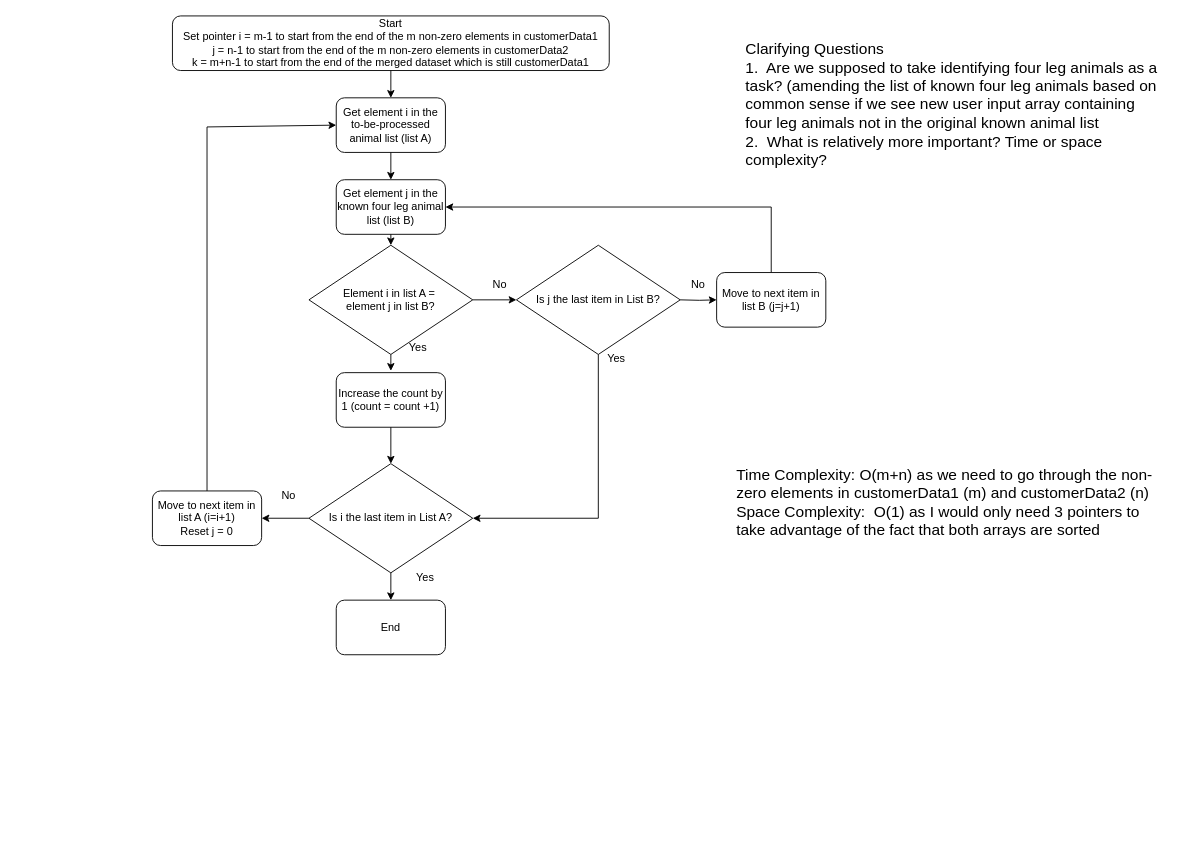
Above: Untitled Diagram.drawio in yanatnsc/Merging-Customer-Data-for-Market-Analysis (draw.io), before the change. Source tidied: cells renumbered, new cells numbered last; positions are measured from the earlier drawing's top-left corner, leaving out a move shared by most shapes. Both pictures are drawn from the tidied source at 91%, with x=0, y=0 at pixel (152, 15).
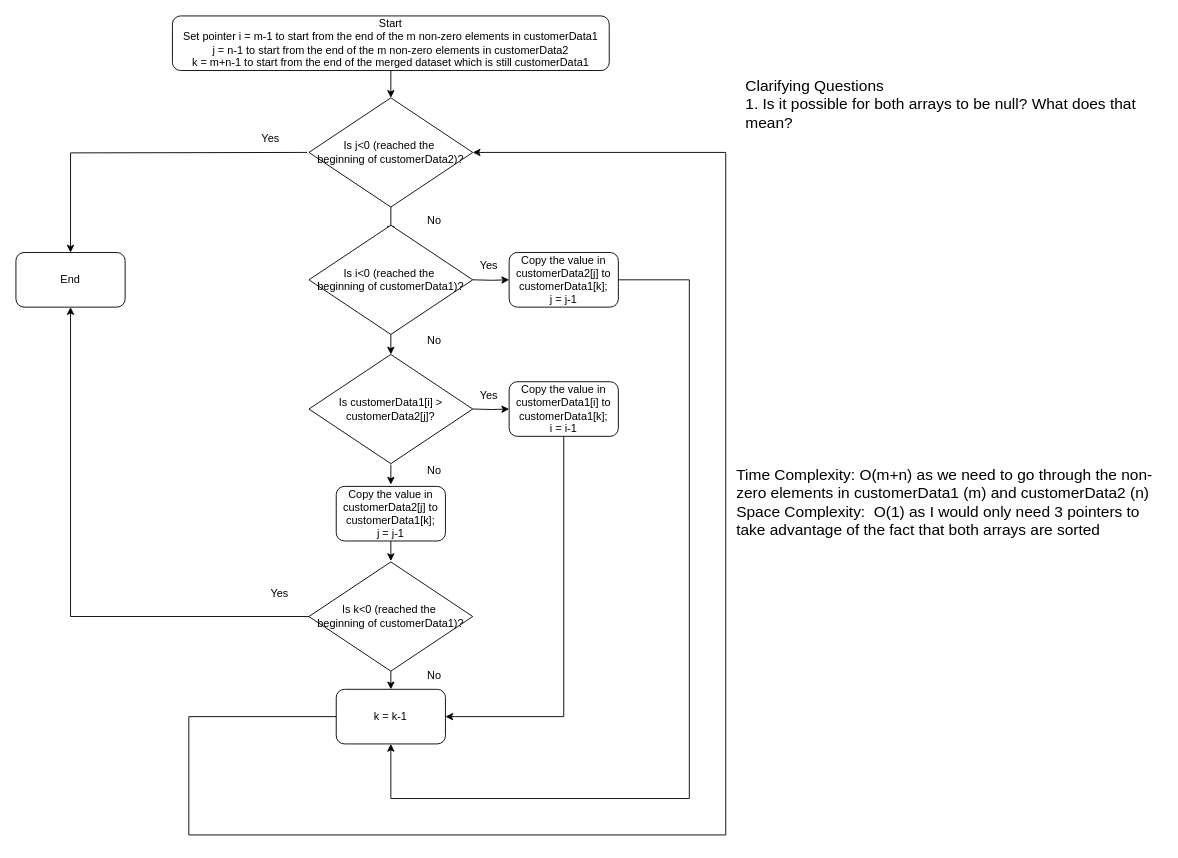
Above is the later version.

The change refers to these unchanged cells:
```xml
<mxCell id="3" value="Start&lt;div&gt;Set pointer i = m-1 to start from the end of the m non-zero elements in customerData1&lt;br&gt;&lt;/div&gt;&lt;div&gt;j = n-1&lt;span style=&quot;background-color: initial;&quot;&gt;&amp;nbsp;&lt;/span&gt;&lt;span style=&quot;background-color: initial;&quot;&gt;to start from the end of the m non-zero elements in customerData2&lt;/span&gt;&lt;/div&gt;&lt;div&gt;&lt;span style=&quot;background-color: initial;&quot;&gt;k = m+n-1 to start from the end of the merged dataset which is still customerData1&lt;/span&gt;&lt;/div&gt;" style="rounded=1;whiteSpace=wrap;html=1;" parent="1" vertex="1">
  <mxGeometry x="22" width="480" height="60" as="geometry" />
</mxCell>
```

Diff of the diagram source:
```diff
@@
-    <mxCell id="2" value="&lt;font style=&quot;font-size: 17px;&quot;&gt;Clarifying Questions&lt;/font&gt;&lt;div style=&quot;font-size: 17px;&quot;&gt;&lt;font style=&quot;font-size: 17px;&quot;&gt;1.&amp;nbsp; Are we supposed to take identifying four leg animals as a task? (amending the list of known four leg animals based on common sense if we see new user input array containing four leg animals not in the original known animal list&lt;/font&gt;&lt;/div&gt;&lt;div style=&quot;font-size: 17px;&quot;&gt;&lt;font style=&quot;font-size: 17px;&quot;&gt;2.&amp;nbsp; What is relatively more important? Time or space complexity?&lt;/font&gt;&lt;/div&gt;" style="text;html=1;align=left;verticalAlign=middle;whiteSpace=wrap;rounded=0;" parent="1" vertex="1">
+    <mxCell id="2" value="&lt;font style=&quot;font-size: 17px;&quot;&gt;Clarifying Questions&lt;/font&gt;&lt;div style=&quot;font-size: 17px;&quot;&gt;1. Is it possible for both arrays to be null? What does that mean?&lt;/div&gt;" style="text;html=1;align=left;verticalAlign=middle;whiteSpace=wrap;rounded=0;" parent="1" vertex="1">
       <mxGeometry x="650" y="55" width="460" height="85" as="geometry" />
     </mxCell>
@@
-    <mxCell id="4" value="Get element j in the known four leg animal list (list B)" style="rounded=1;whiteSpace=wrap;html=1;" parent="1" vertex="1">
-      <mxGeometry x="202" y="180" width="120" height="60" as="geometry" />
-    </mxCell>
-    <mxCell id="5" value="Get element i in the to-be-processed animal list (list A)" style="rounded=1;whiteSpace=wrap;html=1;" parent="1" vertex="1">
-      <mxGeometry x="202" y="90" width="120" height="60" as="geometry" />
-    </mxCell>
-    <mxCell id="6" style="edgeStyle=orthogonalEdgeStyle;rounded=0;jettySize=auto;html=1;exitX=1;exitY=0.5;exitDx=0;exitDy=0;entryX=0;entryY=0.5;entryDx=0;entryDy=0;" parent="1" edge="1" source="7" target="21">
-      <mxGeometry relative="1" as="geometry" />
-    </mxCell>
-    <mxCell id="7" value="Element i in list A =&amp;nbsp;&lt;div&gt;element j in list B?&lt;/div&gt;" style="rhombus;whiteSpace=wrap;html=1;" parent="1" vertex="1">
-      <mxGeometry x="172" y="252" width="180" height="120" as="geometry" />
-    </mxCell>
-    <mxCell id="8" style="endArrow=classic;html=1;rounded=0;entryX=0.5;entryY=0;entryDx=0;entryDy=0;exitX=0.5;exitY=1;exitDx=0;exitDy=0;" parent="1" edge="1" source="3" target="5">
+    <mxCell id="8" style="endArrow=classic;html=1;rounded=0;entryX=0.5;entryY=0;entryDx=0;entryDy=0;exitX=0.5;exitY=1;exitDx=0;exitDy=0;" parent="1" edge="1" source="3" target="32">
       <mxGeometry relative="1" as="geometry" />
     </mxCell>
-    <mxCell id="9" style="endArrow=classic;html=1;rounded=0;entryX=0.5;entryY=0;entryDx=0;entryDy=0;exitX=0.5;exitY=1;exitDx=0;exitDy=0;" parent="1" edge="1" source="5" target="4">
-      <mxGeometry relative="1" as="geometry" />
-    </mxCell>
-    <mxCell id="10" style="endArrow=classic;html=1;rounded=0;entryX=0.5;entryY=0;entryDx=0;entryDy=0;exitX=0.5;exitY=1;exitDx=0;exitDy=0;" parent="1" edge="1" source="4" target="7">
-      <mxGeometry relative="1" as="geometry" />
-    </mxCell>
-    <mxCell id="11" style="endArrow=classic;html=1;rounded=0;entryX=0.5;entryY=0;entryDx=0;entryDy=0;exitX=0.5;exitY=1;exitDx=0;exitDy=0;" parent="1" edge="1" source="7">
-      <mxGeometry relative="1" as="geometry">
-        <mxPoint x="262" y="390" as="targetPoint" />
-      </mxGeometry>
-    </mxCell>
-    <mxCell id="12" value="Yes" style="text;html=1;align=center;verticalAlign=middle;whiteSpace=wrap;rounded=0;" parent="1" vertex="1">
-      <mxGeometry x="262" y="350" width="60" height="30" as="geometry" />
-    </mxCell>
-    <mxCell id="13" style="endArrow=classic;html=1;rounded=0;entryX=0;entryY=0.5;entryDx=0;entryDy=0;exitX=0.5;exitY=0;exitDx=0;exitDy=0;" parent="1" edge="1" source="17" target="5">
-      <mxGeometry relative="1" as="geometry">
-        <Array as="points">
-          <mxPoint x="60" y="122" />
-        </Array>
-      </mxGeometry>
-    </mxCell>
-    <mxCell id="14" value="No" style="text;html=1;align=center;verticalAlign=middle;whiteSpace=wrap;rounded=0;" parent="1" vertex="1">
-      <mxGeometry x="570" y="280" width="60" height="30" as="geometry" />
-    </mxCell>
-    <mxCell id="15" style="edgeStyle=orthogonalEdgeStyle;rounded=0;jettySize=auto;html=1;entryX=1;entryY=0.5;entryDx=0;entryDy=0;exitX=0.5;exitY=0;exitDx=0;exitDy=0;" parent="1" edge="1" source="16" target="4">
-      <mxGeometry relative="1" as="geometry" />
-    </mxCell>
-    <mxCell id="16" value="&lt;div&gt;&lt;span style=&quot;background-color: initial;&quot;&gt;Move to next item in list B (j=j+1)&lt;/span&gt;&lt;br&gt;&lt;/div&gt;" style="rounded=1;whiteSpace=wrap;html=1;" parent="1" vertex="1">
-      <mxGeometry x="620" y="282" width="120" height="60" as="geometry" />
-    </mxCell>
-    <mxCell id="17" value="&lt;div&gt;&lt;span style=&quot;background-color: initial;&quot;&gt;Move to next item in list A (i=i+1)&lt;/span&gt;&lt;/div&gt;&lt;div&gt;Reset j = 0&lt;span style=&quot;background-color: initial;&quot;&gt;&lt;br&gt;&lt;/span&gt;&lt;/div&gt;" style="rounded=1;whiteSpace=wrap;html=1;" parent="1" vertex="1">
-      <mxGeometry y="522" width="120" height="60" as="geometry" />
-    </mxCell>
-    <mxCell id="18" value="Is i the last item in List A?" style="rhombus;whiteSpace=wrap;html=1;" parent="1" vertex="1">
-      <mxGeometry x="172" y="492" width="180" height="120" as="geometry" />
-    </mxCell>
-    <mxCell id="19" style="edgeStyle=orthogonalEdgeStyle;rounded=0;jettySize=auto;html=1;entryX=1;entryY=0.5;entryDx=0;entryDy=0;exitX=0;exitY=0.5;exitDx=0;exitDy=0;" parent="1" edge="1" source="18" target="17">
-      <mxGeometry relative="1" as="geometry" />
-    </mxCell>
-    <mxCell id="20" value="No" style="text;html=1;align=center;verticalAlign=middle;whiteSpace=wrap;rounded=0;" parent="1" vertex="1">
-      <mxGeometry x="120" y="512" width="60" height="30" as="geometry" />
-    </mxCell>
-    <mxCell id="21" value="Is j the last item in List B?" style="rhombus;whiteSpace=wrap;html=1;" parent="1" vertex="1">
-      <mxGeometry x="400" y="252" width="180" height="120" as="geometry" />
-    </mxCell>
-    <mxCell id="22" style="edgeStyle=orthogonalEdgeStyle;rounded=0;jettySize=auto;html=1;entryX=0;entryY=0.5;entryDx=0;entryDy=0;" parent="1" edge="1" target="16">
-      <mxGeometry relative="1" as="geometry">
-        <mxPoint x="580" y="312" as="sourcePoint" />
-      </mxGeometry>
-    </mxCell>
-    <mxCell id="23" value="No" style="text;html=1;align=center;verticalAlign=middle;whiteSpace=wrap;rounded=0;" parent="1" vertex="1">
-      <mxGeometry x="352" y="280" width="60" height="30" as="geometry" />
-    </mxCell>
-    <mxCell id="24" style="endArrow=classic;html=1;rounded=0;exitX=0.5;exitY=1;exitDx=0;exitDy=0;entryX=0.5;entryY=0;entryDx=0;entryDy=0;" parent="1" edge="1" source="18" target="25">
-      <mxGeometry relative="1" as="geometry" />
-    </mxCell>
+    <mxCell id="31" value="&lt;span style=&quot;font-size: 17px;&quot;&gt;Time Complexity: O(m+n) as we need to go through the non-zero elements in customerData1 (m) and customerData2 (n)&lt;/span&gt;&lt;div&gt;&lt;span style=&quot;font-size: 17px;&quot;&gt;Space Complexity:&amp;nbsp; O(1) as I would only need 3 pointers to take advantage of the fact that both arrays are sorted&lt;br&gt;&lt;/span&gt;&lt;/div&gt;" style="text;html=1;align=left;verticalAlign=middle;whiteSpace=wrap;rounded=0;" parent="1" vertex="1">
+      <mxGeometry x="640" y="492" width="460" height="85" as="geometry" />
+    </mxCell>
+    <mxCell id="32" value="Is j&amp;lt;0 (reached the&amp;nbsp;&lt;div&gt;beginning of customerData2)?&lt;/div&gt;" style="rhombus;whiteSpace=wrap;html=1;" parent="1" vertex="1">
+      <mxGeometry x="172" y="90" width="180" height="120" as="geometry" />
+    </mxCell>
-    <mxCell id="25" value="End" style="rounded=1;whiteSpace=wrap;html=1;" parent="1" vertex="1">
-      <mxGeometry x="202" y="642" width="120" height="60" as="geometry" />
+    <mxCell id="25" value="&lt;div&gt;End&lt;/div&gt;" style="rounded=1;whiteSpace=wrap;html=1;" parent="1" vertex="1">
+      <mxGeometry x="-150" y="260" width="120" height="60" as="geometry" />
     </mxCell>
-    <mxCell id="26" value="Yes" style="text;html=1;align=center;verticalAlign=middle;whiteSpace=wrap;rounded=0;" parent="1" vertex="1">
-      <mxGeometry x="270" y="602" width="60" height="30" as="geometry" />
-    </mxCell>
-    <mxCell id="27" value="Yes" style="text;html=1;align=center;verticalAlign=middle;whiteSpace=wrap;rounded=0;" parent="1" vertex="1">
-      <mxGeometry x="480" y="362" width="60" height="30" as="geometry" />
-    </mxCell>
-    <mxCell id="28" style="endArrow=classic;html=1;rounded=0;exitX=0.5;exitY=1;exitDx=0;exitDy=0;entryX=1;entryY=0.5;entryDx=0;entryDy=0;" parent="1" edge="1" source="21" target="18">
-      <mxGeometry relative="1" as="geometry">
-        <Array as="points">
-          <mxPoint x="490" y="552" />
-        </Array>
-      </mxGeometry>
-    </mxCell>
-    <mxCell id="29" value="&lt;div&gt;Increase the count by 1 (count = count +1)&lt;/div&gt;" style="rounded=1;whiteSpace=wrap;html=1;" parent="1" vertex="1">
-      <mxGeometry x="202" y="392" width="120" height="60" as="geometry" />
-    </mxCell>
-    <mxCell id="30" style="endArrow=classic;html=1;rounded=0;entryX=0.5;entryY=0;entryDx=0;entryDy=0;exitX=0.5;exitY=1;exitDx=0;exitDy=0;" parent="1" edge="1" source="29" target="18">
-      <mxGeometry relative="1" as="geometry" />
-    </mxCell>
-    <mxCell id="31" value="&lt;span style=&quot;font-size: 17px;&quot;&gt;Time Complexity: O(m+n) as we need to go through the non-zero elements in customerData1 (m) and customerData2 (n)&lt;/span&gt;&lt;div&gt;&lt;span style=&quot;font-size: 17px;&quot;&gt;Space Complexity:&amp;nbsp; O(1) as I would only need 3 pointers to take advantage of the fact that both arrays are sorted&lt;br&gt;&lt;/span&gt;&lt;/div&gt;" style="text;html=1;align=left;verticalAlign=middle;whiteSpace=wrap;rounded=0;" parent="1" vertex="1">
-      <mxGeometry x="640" y="492" width="460" height="85" as="geometry" />
-    </mxCell>
+    <mxCell id="33" style="edgeStyle=orthogonalEdgeStyle;rounded=0;jettySize=auto;html=1;entryX=0.5;entryY=0;entryDx=0;entryDy=0;" parent="1" edge="1" target="25">
+      <mxGeometry relative="1" as="geometry">
+        <mxPoint x="170" y="150" as="sourcePoint" />
+      </mxGeometry>
+    </mxCell>
+    <mxCell id="34" value="Yes" style="text;html=1;align=center;verticalAlign=middle;whiteSpace=wrap;rounded=0;" parent="1" vertex="1">
+      <mxGeometry x="100" y="120" width="60" height="30" as="geometry" />
+    </mxCell>
+    <mxCell id="35" value="No" style="text;html=1;align=center;verticalAlign=middle;whiteSpace=wrap;rounded=0;" parent="1" vertex="1">
+      <mxGeometry x="280" y="210" width="60" height="30" as="geometry" />
+    </mxCell>
+    <mxCell id="36" style="endArrow=classic;html=1;rounded=0;exitX=0.5;exitY=1;exitDx=0;exitDy=0;entryX=0.5;entryY=0.075;entryDx=0;entryDy=0;entryPerimeter=0;" parent="1" edge="1" source="32" target="37">
+      <mxGeometry relative="1" as="geometry" />
+    </mxCell>
+    <mxCell id="37" value="Is i&amp;lt;0 (reached the&amp;nbsp;&lt;div&gt;beginning of customerData1)?&lt;/div&gt;" style="rhombus;whiteSpace=wrap;html=1;" parent="1" vertex="1">
+      <mxGeometry x="172" y="230" width="180" height="120" as="geometry" />
+    </mxCell>
+    <mxCell id="38" value="&lt;div&gt;&lt;span style=&quot;background-color: initial;&quot;&gt;Copy the value in customerData2[j] to customerData1[k];&lt;/span&gt;&lt;br&gt;&lt;/div&gt;&lt;div&gt;j = j-1&lt;/div&gt;" style="rounded=1;whiteSpace=wrap;html=1;" parent="1" vertex="1">
+      <mxGeometry x="392" y="260" width="120" height="60" as="geometry" />
+    </mxCell>
+    <mxCell id="39" style="edgeStyle=orthogonalEdgeStyle;rounded=0;jettySize=auto;html=1;entryX=0;entryY=0.5;entryDx=0;entryDy=0;" parent="1" edge="1" target="38">
+      <mxGeometry relative="1" as="geometry">
+        <mxPoint x="352" y="290" as="sourcePoint" />
+      </mxGeometry>
+    </mxCell>
+    <mxCell id="40" value="Yes" style="text;html=1;align=center;verticalAlign=middle;whiteSpace=wrap;rounded=0;" parent="1" vertex="1">
+      <mxGeometry x="340" y="260" width="60" height="30" as="geometry" />
+    </mxCell>
+    <mxCell id="41" value="Is customerData1[i] &amp;gt; customerData2[j]?" style="rhombus;whiteSpace=wrap;html=1;" parent="1" vertex="1">
+      <mxGeometry x="172" y="372" width="180" height="120" as="geometry" />
+    </mxCell>
+    <mxCell id="42" style="endArrow=classic;html=1;rounded=0;entryX=0.5;entryY=0;entryDx=0;entryDy=0;exitX=0.5;exitY=1;exitDx=0;exitDy=0;" parent="1" edge="1" source="37" target="41">
+      <mxGeometry relative="1" as="geometry" />
+    </mxCell>
+    <mxCell id="43" value="No" style="text;html=1;align=center;verticalAlign=middle;whiteSpace=wrap;rounded=0;" parent="1" vertex="1">
+      <mxGeometry x="280" y="342" width="60" height="30" as="geometry" />
+    </mxCell>
+    <mxCell id="44" value="&lt;div&gt;&lt;span style=&quot;background-color: initial;&quot;&gt;Copy the value in customerData1[i] to customerData1[k];&lt;/span&gt;&lt;br&gt;&lt;/div&gt;&lt;div&gt;i = i-1&lt;/div&gt;" style="rounded=1;whiteSpace=wrap;html=1;" parent="1" vertex="1">
+      <mxGeometry x="392" y="402" width="120" height="60" as="geometry" />
+    </mxCell>
+    <mxCell id="45" style="edgeStyle=orthogonalEdgeStyle;rounded=0;jettySize=auto;html=1;entryX=0;entryY=0.5;entryDx=0;entryDy=0;" parent="1" edge="1" target="44">
+      <mxGeometry relative="1" as="geometry">
+        <mxPoint x="352" y="432" as="sourcePoint" />
+      </mxGeometry>
+    </mxCell>
+    <mxCell id="46" value="Yes" style="text;html=1;align=center;verticalAlign=middle;whiteSpace=wrap;rounded=0;" parent="1" vertex="1">
+      <mxGeometry x="340" y="402" width="60" height="30" as="geometry" />
+    </mxCell>
+    <mxCell id="47" style="endArrow=classic;html=1;rounded=0;entryX=0.5;entryY=0;entryDx=0;entryDy=0;exitX=0.5;exitY=1;exitDx=0;exitDy=0;" parent="1" edge="1">
+      <mxGeometry relative="1" as="geometry">
+        <mxPoint x="262" y="493" as="sourcePoint" />
+        <mxPoint x="262" y="515" as="targetPoint" />
+      </mxGeometry>
+    </mxCell>
+    <mxCell id="48" value="No" style="text;html=1;align=center;verticalAlign=middle;whiteSpace=wrap;rounded=0;" parent="1" vertex="1">
+      <mxGeometry x="280" y="485" width="60" height="30" as="geometry" />
+    </mxCell>
+    <mxCell id="49" value="&lt;div&gt;&lt;span style=&quot;background-color: initial;&quot;&gt;Copy the value in customerData2[j] to customerData1[k];&lt;/span&gt;&lt;br&gt;&lt;/div&gt;&lt;div&gt;j = j-1&lt;/div&gt;" style="rounded=1;whiteSpace=wrap;html=1;" parent="1" vertex="1">
+      <mxGeometry x="202" y="517" width="120" height="60" as="geometry" />
+    </mxCell>
+    <mxCell id="50" style="endArrow=classic;html=1;rounded=0;entryX=0.5;entryY=0;entryDx=0;entryDy=0;exitX=0.5;exitY=1;exitDx=0;exitDy=0;" parent="1" edge="1">
+      <mxGeometry relative="1" as="geometry">
+        <mxPoint x="262" y="577" as="sourcePoint" />
+        <mxPoint x="262" y="599" as="targetPoint" />
+      </mxGeometry>
+    </mxCell>
+    <mxCell id="51" value="&lt;div&gt;k = k-1&lt;/div&gt;" style="rounded=1;whiteSpace=wrap;html=1;" parent="1" vertex="1">
+      <mxGeometry x="202" y="740" width="120" height="60" as="geometry" />
+    </mxCell>
+    <mxCell id="52" style="endArrow=classic;html=1;rounded=0;exitX=1;exitY=0.5;exitDx=0;exitDy=0;entryX=0.5;entryY=1;entryDx=0;entryDy=0;" parent="1" edge="1" source="38" target="51">
+      <mxGeometry relative="1" as="geometry">
+        <Array as="points">
+          <mxPoint x="590" y="290" />
+          <mxPoint x="590" y="860" />
+          <mxPoint x="262" y="860" />
+        </Array>
+      </mxGeometry>
+    </mxCell>
+    <mxCell id="53" value="Is k&amp;lt;0 (reached the&amp;nbsp;&lt;div&gt;beginning of customerData1)?&lt;/div&gt;" style="rhombus;whiteSpace=wrap;html=1;" parent="1" vertex="1">
+      <mxGeometry x="172" y="600" width="180" height="120" as="geometry" />
+    </mxCell>
+    <mxCell id="54" style="endArrow=classic;html=1;rounded=0;entryX=0.5;entryY=0;entryDx=0;entryDy=0;exitX=0.5;exitY=1;exitDx=0;exitDy=0;" parent="1" edge="1" source="53" target="51">
+      <mxGeometry relative="1" as="geometry" />
+    </mxCell>
+    <mxCell id="55" value="No" style="text;html=1;align=center;verticalAlign=middle;whiteSpace=wrap;rounded=0;" parent="1" vertex="1">
+      <mxGeometry x="280" y="710" width="60" height="30" as="geometry" />
+    </mxCell>
+    <mxCell id="56" style="endArrow=classic;html=1;rounded=0;exitX=0;exitY=0.5;exitDx=0;exitDy=0;entryX=0.5;entryY=1;entryDx=0;entryDy=0;" parent="1" edge="1" source="53" target="25">
+      <mxGeometry relative="1" as="geometry">
+        <Array as="points">
+          <mxPoint x="-90" y="660" />
+        </Array>
+      </mxGeometry>
+    </mxCell>
+    <mxCell id="57" value="Yes" style="text;html=1;align=center;verticalAlign=middle;whiteSpace=wrap;rounded=0;" parent="1" vertex="1">
+      <mxGeometry x="110" y="620" width="60" height="30" as="geometry" />
+    </mxCell>
+    <mxCell id="58" style="endArrow=classic;html=1;rounded=0;exitX=0.5;exitY=1;exitDx=0;exitDy=0;entryX=1;entryY=0.5;entryDx=0;entryDy=0;" parent="1" edge="1" source="44" target="51">
+      <mxGeometry relative="1" as="geometry">
+        <Array as="points">
+          <mxPoint x="452" y="770" />
+        </Array>
+      </mxGeometry>
+    </mxCell>
+    <mxCell id="59" style="endArrow=classic;html=1;rounded=0;exitX=0;exitY=0.5;exitDx=0;exitDy=0;entryX=1;entryY=0.5;entryDx=0;entryDy=0;" parent="1" edge="1" source="51" target="32">
+      <mxGeometry relative="1" as="geometry">
+        <Array as="points">
+          <mxPoint x="40" y="770" />
+          <mxPoint x="40" y="900" />
+          <mxPoint x="630" y="900" />
+          <mxPoint x="630" y="150" />
+        </Array>
+      </mxGeometry>
+    </mxCell>
```
